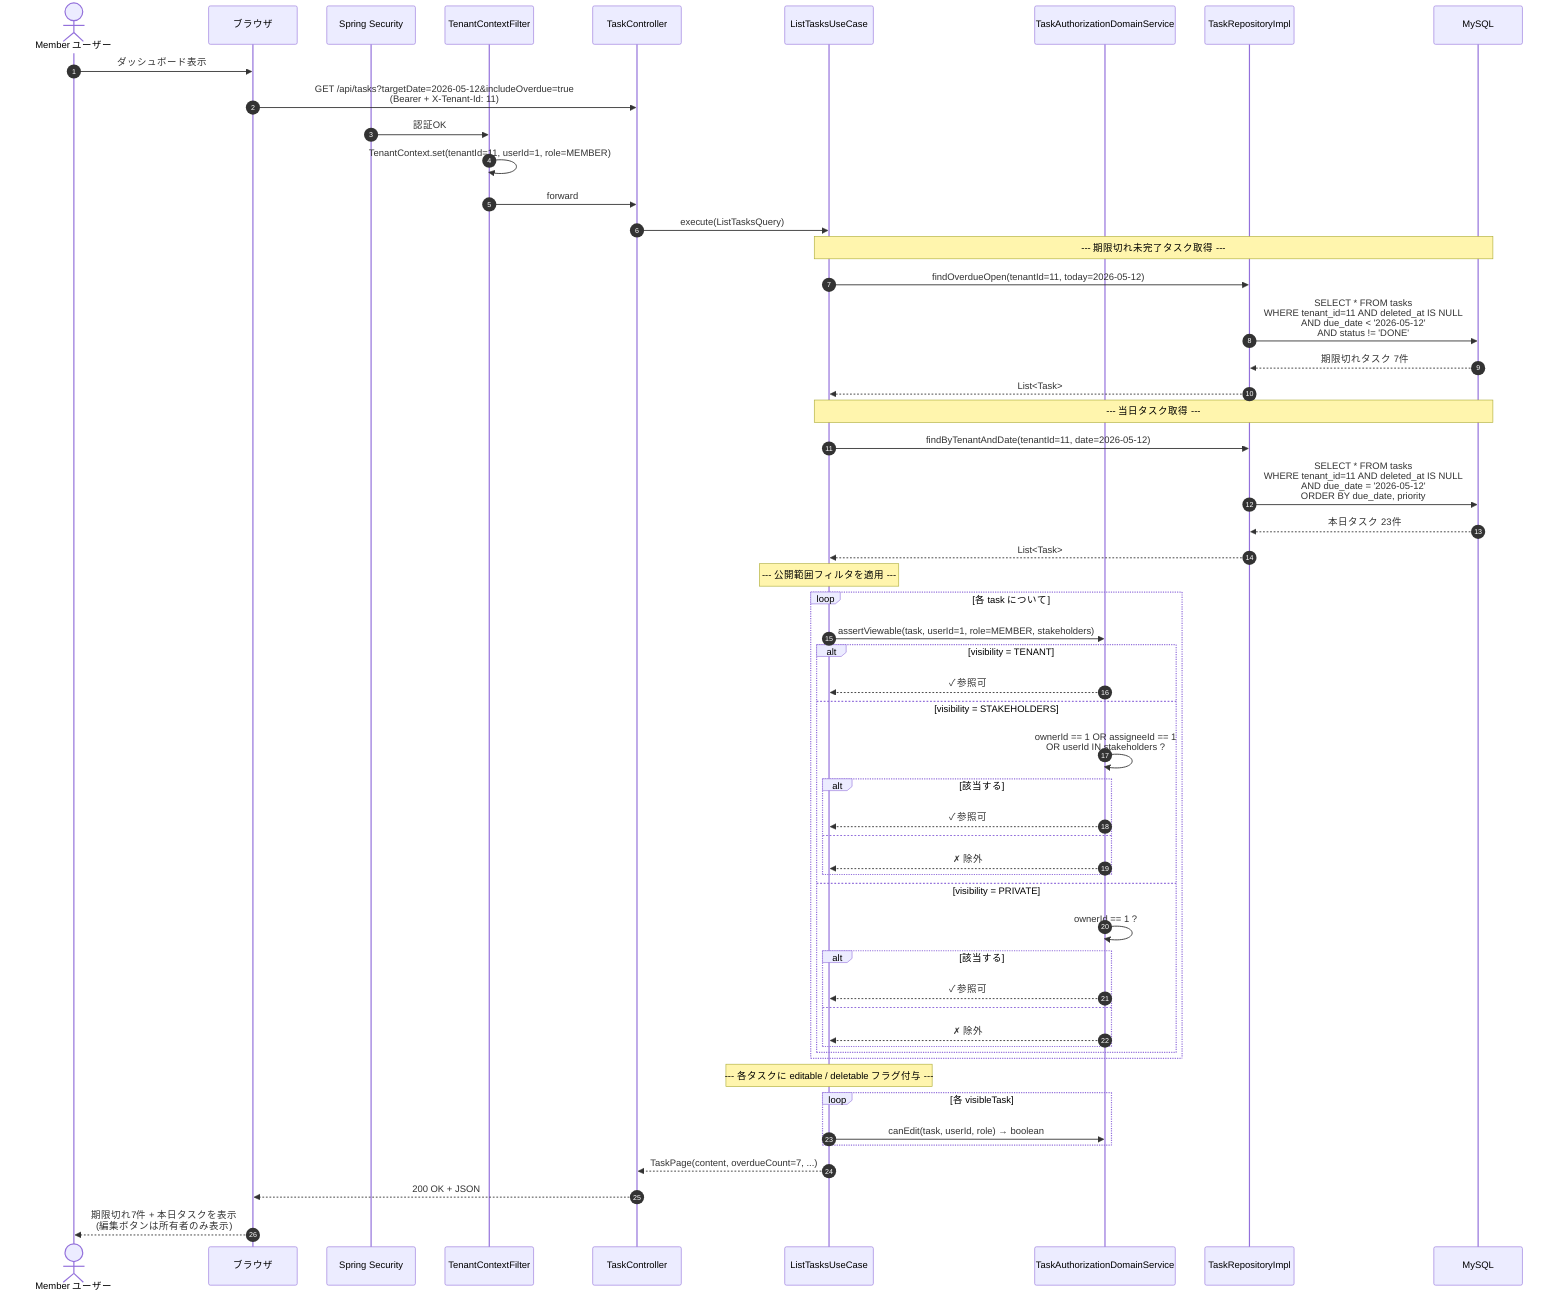
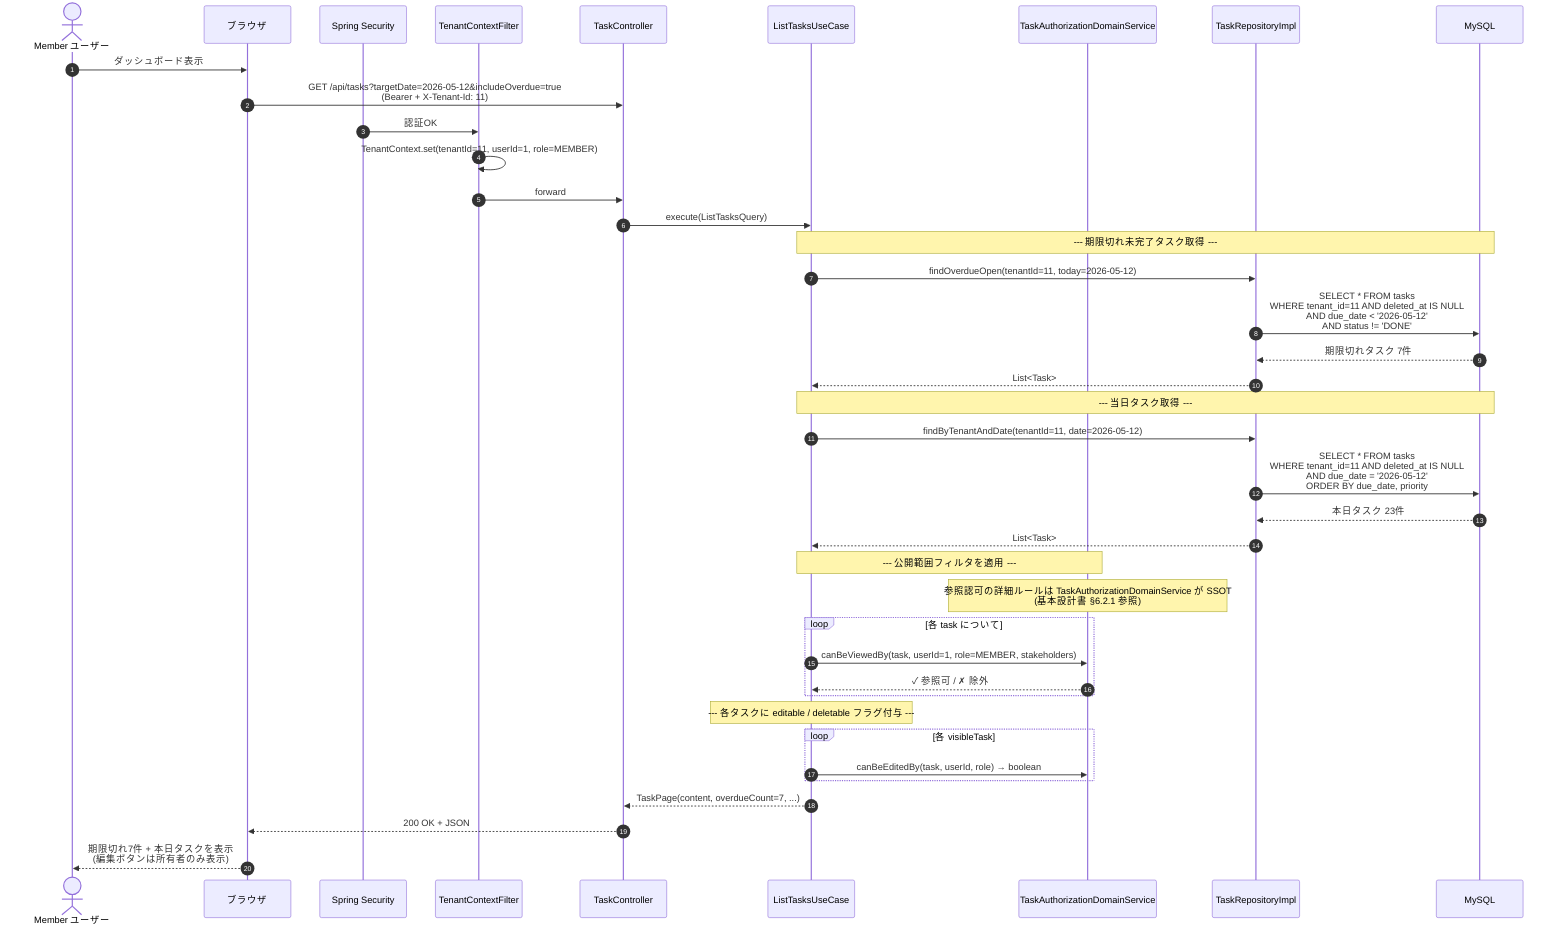
%% ====================================================================
%% シーケンス図 03: タスク一覧取得 (当日表示 + 期限切れ常時表示 + 認可フィルタ)
%% タスク管理システム v1.2
%% ====================================================================
sequenceDiagram
  autonumber
  actor User as Member ユーザー
  participant Browser as ブラウザ
  participant Sec as Spring Security
  participant Filter as TenantContextFilter
  participant Ctrl as TaskController
  participant UC as ListTasksUseCase
  participant AuthZ as TaskAuthorizationDomainService
  participant TaskRepo as TaskRepositoryImpl
  participant DB as MySQL

  User->>Browser: ダッシュボード表示
  Browser->>Ctrl: GET /api/tasks?targetDate=2026-05-12&includeOverdue=true<br/>(Bearer + X-Tenant-Id: 11)
  Sec->>Filter: 認証OK
  Filter->>Filter: TenantContext.set(tenantId=11, userId=1, role=MEMBER)
  Filter->>Ctrl: forward
  Ctrl->>UC: execute(ListTasksQuery)

  Note over UC,DB: --- 期限切れ未完了タスク取得 ---
  UC->>TaskRepo: findOverdueOpen(tenantId=11, today=2026-05-12)
  TaskRepo->>DB: SELECT * FROM tasks<br/>WHERE tenant_id=11 AND deleted_at IS NULL<br/>AND due_date < '2026-05-12'<br/>AND status != 'DONE'
  DB-->>TaskRepo: 期限切れタスク 7件
  TaskRepo-->>UC: List<Task>

  Note over UC,DB: --- 当日タスク取得 ---
  UC->>TaskRepo: findByTenantAndDate(tenantId=11, date=2026-05-12)
  TaskRepo->>DB: SELECT * FROM tasks<br/>WHERE tenant_id=11 AND deleted_at IS NULL<br/>AND due_date = '2026-05-12'<br/>ORDER BY due_date, priority
  DB-->>TaskRepo: 本日タスク 23件
  TaskRepo-->>UC: List<Task>

-   Note over UC: --- 公開範囲フィルタを適用 ---
+   Note over UC,AuthZ: --- 公開範囲フィルタを適用 ---
+   Note over AuthZ: 参照認可の詳細ルールは TaskAuthorizationDomainService が SSOT<br/>(基本設計書 §6.2.1 参照)
  loop 各 task について
-     UC->>AuthZ: assertViewable(task, userId=1, role=MEMBER, stakeholders)
-     alt visibility = TENANT
-       AuthZ-->>UC: ✓ 参照可
-     else visibility = STAKEHOLDERS
-       AuthZ->>AuthZ: ownerId == 1 OR assigneeId == 1<br/>OR userId IN stakeholders ?
-       alt 該当する
-         AuthZ-->>UC: ✓ 参照可
-       else
-         AuthZ-->>UC: ✗ 除外
-       end
-     else visibility = PRIVATE
-       AuthZ->>AuthZ: ownerId == 1 ?
-       alt 該当する
-         AuthZ-->>UC: ✓ 参照可
-       else
-         AuthZ-->>UC: ✗ 除外
-       end
-     end
+     UC->>AuthZ: canBeViewedBy(task, userId=1, role=MEMBER, stakeholders)
+     AuthZ-->>UC: ✓ 参照可 / ✗ 除外
  end

  Note over UC: --- 各タスクに editable / deletable フラグ付与 ---
  loop 各 visibleTask
-     UC->>AuthZ: canEdit(task, userId, role) → boolean
+     UC->>AuthZ: canBeEditedBy(task, userId, role) → boolean
  end

  UC-->>Ctrl: TaskPage(content, overdueCount=7, ...)
  Ctrl-->>Browser: 200 OK + JSON
  Browser-->>User: 期限切れ7件 + 本日タスクを表示<br/>(編集ボタンは所有者のみ表示)
